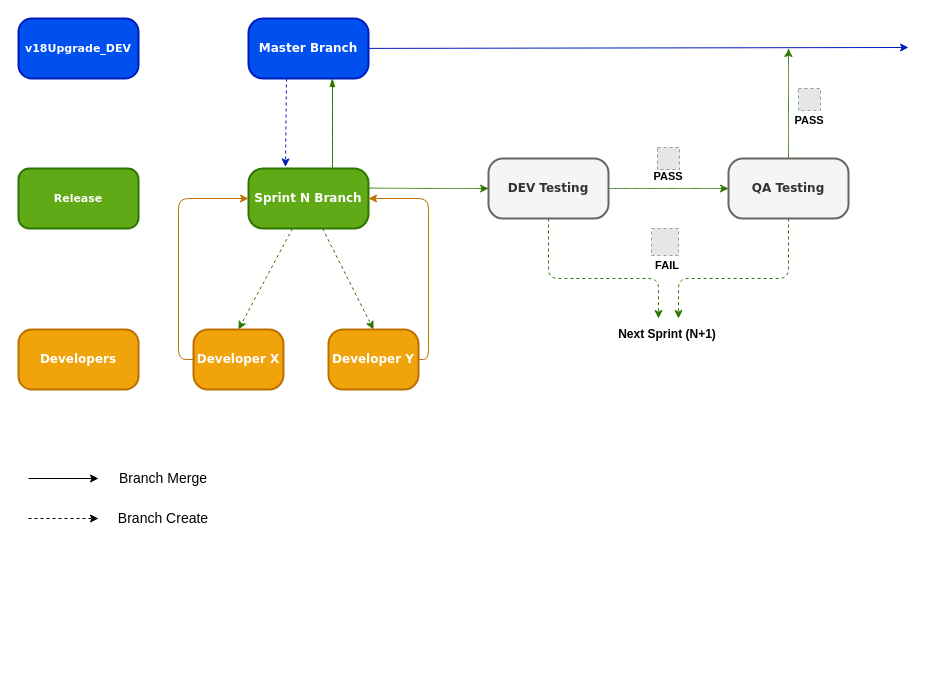
Above: Untitled Diagram.drawio in haroonjoblo/fulljs (draw.io), before the change. Source tidied: cells renumbered, new cells numbered last; positions are measured from the earlier drawing's top-left corner, leaving out a move shared by most shapes. Both pictures are drawn from the tidied source at 100%, with x=0, y=0 at pixel (18, 18). Pictures stored in the file or linked from it are replaced by grey dashed boxes.
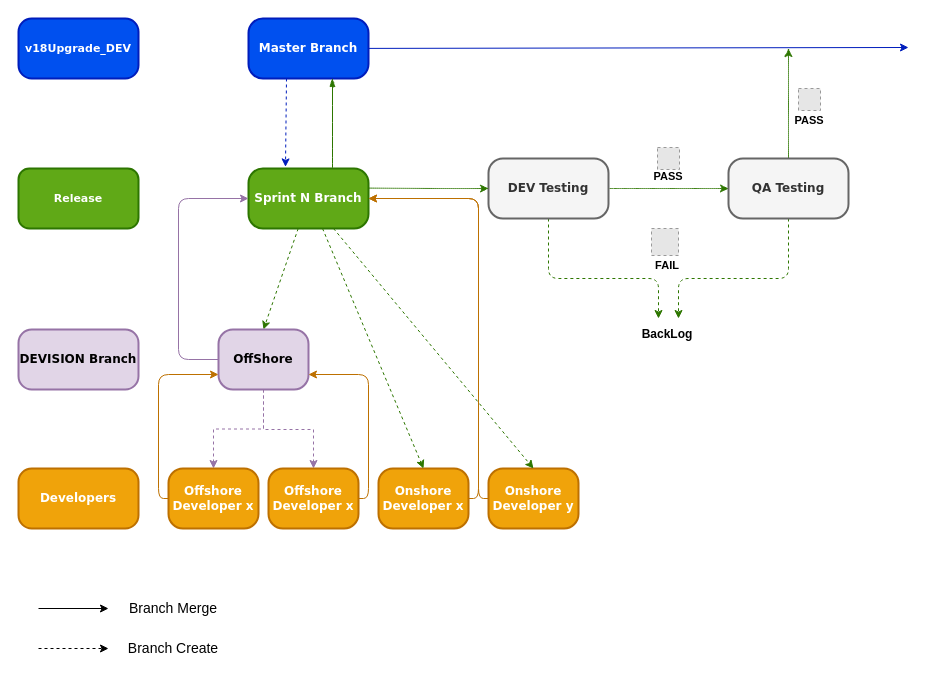
The same page after the edit.

Unchanged cells that the change refers to:
```xml
<mxCell id="5" value="Sprint N Branch" style="rounded=1;whiteSpace=wrap;html=1;arcSize=24;fillColor=#60a917;strokeColor=#2D7600;shadow=0;comic=0;labelBackgroundColor=none;fontFamily=Verdana;fontSize=12;align=center;fontColor=#ffffff;fontStyle=1;strokeWidth=2;" parent="1" vertex="1">
  <mxGeometry x="230" y="150" width="120" height="60" as="geometry" />
</mxCell>
```

Diff of the diagram source:
```diff
@@
+    <mxCell id="34" style="edgeStyle=orthogonalEdgeStyle;rounded=0;jettySize=auto;html=1;dashed=1;fillColor=#e1d5e7;strokeColor=#9673a6;" parent="1" edge="1" source="14" target="40">
+      <mxGeometry relative="1" as="geometry" />
+    </mxCell>
+    <mxCell id="35" style="edgeStyle=orthogonalEdgeStyle;rounded=0;jettySize=auto;html=1;entryX=0.5;entryY=0;entryDx=0;entryDy=0;dashed=1;fillColor=#e1d5e7;strokeColor=#9673a6;" parent="1" edge="1" source="14" target="41">
+      <mxGeometry relative="1" as="geometry">
+        <Array as="points">
+          <mxPoint x="245" y="411" />
+          <mxPoint x="295" y="411" />
+        </Array>
+      </mxGeometry>
+    </mxCell>
-    <mxCell id="14" value="Developer X" style="rounded=1;whiteSpace=wrap;html=1;arcSize=24;fillColor=#f0a30a;strokeColor=#BD7000;shadow=0;comic=0;labelBackgroundColor=none;fontFamily=Verdana;fontSize=12;align=center;fontColor=#ffffff;fontStyle=1;strokeWidth=2;" parent="1" vertex="1">
-      <mxGeometry x="175" y="311" width="90" height="60" as="geometry" />
+    <mxCell id="14" value="OffShore" style="rounded=1;whiteSpace=wrap;html=1;arcSize=24;fillColor=#e1d5e7;strokeColor=#9673a6;shadow=0;comic=0;labelBackgroundColor=none;fontFamily=Verdana;fontSize=12;align=center;fontStyle=1;strokeWidth=2;" parent="1" vertex="1">
+      <mxGeometry x="200" y="311" width="90" height="60" as="geometry" />
     </mxCell>
-    <mxCell id="15" value="Developer Y" style="rounded=1;whiteSpace=wrap;html=1;arcSize=24;fillColor=#f0a30a;strokeColor=#BD7000;shadow=0;comic=0;labelBackgroundColor=none;fontFamily=Verdana;fontSize=12;align=center;fontColor=#ffffff;fontStyle=1;strokeWidth=2;" parent="1" vertex="1">
-      <mxGeometry x="310" y="311" width="90" height="60" as="geometry" />
+    <mxCell id="15" value="Onshore Developer x" style="rounded=1;whiteSpace=wrap;html=1;arcSize=24;fillColor=#f0a30a;strokeColor=#BD7000;shadow=0;comic=0;labelBackgroundColor=none;fontFamily=Verdana;fontSize=12;align=center;fontColor=#ffffff;fontStyle=1;strokeWidth=2;" parent="1" vertex="1">
+      <mxGeometry x="360" y="450" width="90" height="60" as="geometry" />
     </mxCell>
@@
-    <mxCell id="17" style="edgeStyle=elbowEdgeStyle;elbow=horizontal;endArrow=classic;html=1;shadow=0;strokeWidth=1;exitX=0;exitY=0.5;exitDx=0;exitDy=0;fillColor=#f0a30a;strokeColor=#BD7000;" parent="1" edge="1" source="14" target="5">
+    <mxCell id="17" style="edgeStyle=elbowEdgeStyle;elbow=horizontal;endArrow=classic;html=1;shadow=0;strokeWidth=1;exitX=0;exitY=0.5;exitDx=0;exitDy=0;fillColor=#e1d5e7;strokeColor=#9673a6;" parent="1" edge="1" source="14" target="5">
       <mxGeometry relative="1" as="geometry">
         <Array as="points">
           <mxPoint x="160" y="240" />
           <mxPoint x="190" y="190" />
           <mxPoint x="160" y="250" />
           <mxPoint x="170" y="251" />
         </Array>
       </mxGeometry>
     </mxCell>
     <mxCell id="18" style="edgeStyle=elbowEdgeStyle;elbow=horizontal;endArrow=classic;html=1;shadow=0;strokeWidth=1;fillColor=#f0a30a;strokeColor=#BD7000;entryX=1;entryY=0.5;entryDx=0;entryDy=0;" parent="1" edge="1" source="15" target="5">
       <mxGeometry relative="1" as="geometry">
         <Array as="points">
-          <mxPoint x="410" y="240" />
+          <mxPoint x="460" y="190" />
           <mxPoint x="430" y="250" />
           <mxPoint x="420" y="260" />
           <mxPoint x="400" y="251" />
         </Array>
       </mxGeometry>
     </mxCell>
     <mxCell id="19" style="endArrow=classic;html=1;shadow=0;strokeWidth=1;fontSize=14;" parent="1" edge="1">
       <mxGeometry relative="1" as="geometry">
-        <mxPoint x="10" y="460" as="sourcePoint" />
-        <mxPoint x="80" y="460" as="targetPoint" />
+        <mxPoint x="20" y="590" as="sourcePoint" />
+        <mxPoint x="90" y="590" as="targetPoint" />
       </mxGeometry>
     </mxCell>
     <mxCell id="20" style="endArrow=classic;html=1;shadow=0;strokeWidth=1;fontSize=14;dashed=1;" parent="1" edge="1">
       <mxGeometry relative="1" as="geometry">
-        <mxPoint x="10" y="500" as="sourcePoint" />
-        <mxPoint x="80" y="500" as="targetPoint" />
+        <mxPoint x="20" y="630" as="sourcePoint" />
+        <mxPoint x="90" y="630" as="targetPoint" />
       </mxGeometry>
     </mxCell>
     <mxCell id="21" value="Branch Merge" style="text;html=1;strokeColor=none;fillColor=none;align=center;verticalAlign=middle;whiteSpace=wrap;rounded=0;fontSize=14;" parent="1" vertex="1">
-      <mxGeometry x="90" y="450" width="110" height="20" as="geometry" />
+      <mxGeometry x="100" y="580" width="110" height="20" as="geometry" />
     </mxCell>
     <mxCell id="22" value="Branch Create" style="text;html=1;strokeColor=none;fillColor=none;align=center;verticalAlign=middle;whiteSpace=wrap;rounded=0;fontSize=14;" parent="1" vertex="1">
-      <mxGeometry x="90" y="490" width="110" height="20" as="geometry" />
+      <mxGeometry x="100" y="620" width="110" height="20" as="geometry" />
     </mxCell>
@@
-    <mxCell id="25" value="Developers" style="rounded=1;whiteSpace=wrap;html=1;arcSize=22;fillColor=#f0a30a;strokeColor=#BD7000;shadow=0;comic=0;labelBackgroundColor=none;fontFamily=Verdana;fontSize=12;align=center;fontColor=#ffffff;fontStyle=1;strokeWidth=2;" parent="1" vertex="1">
+    <mxCell id="25" value="DEVISION Branch" style="rounded=1;whiteSpace=wrap;html=1;arcSize=22;fillColor=#e1d5e7;strokeColor=#9673a6;shadow=0;comic=0;labelBackgroundColor=none;fontFamily=Verdana;fontSize=12;align=center;fontStyle=1;strokeWidth=2;" parent="1" vertex="1">
       <mxGeometry y="311" width="120" height="60" as="geometry" />
     </mxCell>
@@
-    <mxCell id="33" value="Next Sprint (N+1)" style="text;html=1;strokeColor=none;fillColor=none;align=center;verticalAlign=middle;whiteSpace=wrap;rounded=0;fontSize=12;fontColor=#000000;fontStyle=1;" parent="1" vertex="1">
+    <mxCell id="33" value="BackLog" style="text;html=1;strokeColor=none;fillColor=none;align=center;verticalAlign=middle;whiteSpace=wrap;rounded=0;fontSize=12;fontColor=#000000;fontStyle=1;" parent="1" vertex="1">
       <mxGeometry x="593.5" y="306" width="110" height="20" as="geometry" />
     </mxCell>
+    <mxCell id="36" value="Onshore Developer y" style="rounded=1;whiteSpace=wrap;html=1;arcSize=24;fillColor=#f0a30a;strokeColor=#BD7000;shadow=0;comic=0;labelBackgroundColor=none;fontFamily=Verdana;fontSize=12;align=center;fontColor=#ffffff;fontStyle=1;strokeWidth=2;" parent="1" vertex="1">
+      <mxGeometry x="470" y="450" width="90" height="60" as="geometry" />
+    </mxCell>
+    <mxCell id="37" value="Developers" style="rounded=1;whiteSpace=wrap;html=1;arcSize=22;fillColor=#f0a30a;strokeColor=#BD7000;shadow=0;comic=0;labelBackgroundColor=none;fontFamily=Verdana;fontSize=12;align=center;fontColor=#ffffff;fontStyle=1;strokeWidth=2;" parent="1" vertex="1">
+      <mxGeometry y="450" width="120" height="60" as="geometry" />
+    </mxCell>
+    <mxCell id="38" style="endArrow=classic;html=1;shadow=0;dashed=1;strokeWidth=1;entryX=0.5;entryY=0;entryDx=0;entryDy=0;fillColor=#60a917;strokeColor=#2D7600;" parent="1" edge="1" source="5" target="36">
+      <mxGeometry relative="1" as="geometry" />
+    </mxCell>
+    <mxCell id="39" style="edgeStyle=elbowEdgeStyle;elbow=horizontal;endArrow=classic;html=1;shadow=0;strokeWidth=1;fillColor=#f0a30a;strokeColor=#BD7000;entryX=1;entryY=0.5;entryDx=0;entryDy=0;exitX=0;exitY=0.5;exitDx=0;exitDy=0;" parent="1" edge="1" source="36" target="5">
+      <mxGeometry relative="1" as="geometry">
+        <Array as="points">
+          <mxPoint x="460" y="330" />
+          <mxPoint x="440" y="260" />
+          <mxPoint x="430" y="270" />
+          <mxPoint x="410" y="261" />
+        </Array>
+      </mxGeometry>
+    </mxCell>
+    <mxCell id="40" value="Offshore Developer x" style="rounded=1;whiteSpace=wrap;html=1;arcSize=24;fillColor=#f0a30a;strokeColor=#BD7000;shadow=0;comic=0;labelBackgroundColor=none;fontFamily=Verdana;fontSize=12;align=center;fontColor=#ffffff;fontStyle=1;strokeWidth=2;" parent="1" vertex="1">
+      <mxGeometry x="150" y="450" width="90" height="60" as="geometry" />
+    </mxCell>
+    <mxCell id="41" value="Offshore Developer x" style="rounded=1;whiteSpace=wrap;html=1;arcSize=24;fillColor=#f0a30a;strokeColor=#BD7000;shadow=0;comic=0;labelBackgroundColor=none;fontFamily=Verdana;fontSize=12;align=center;fontColor=#ffffff;fontStyle=1;strokeWidth=2;" parent="1" vertex="1">
+      <mxGeometry x="250" y="450" width="90" height="60" as="geometry" />
+    </mxCell>
+    <mxCell id="42" style="edgeStyle=elbowEdgeStyle;elbow=horizontal;endArrow=classic;html=1;shadow=0;strokeWidth=1;exitX=0;exitY=0.5;exitDx=0;exitDy=0;fillColor=#f0a30a;strokeColor=#BD7000;entryX=0;entryY=0.75;entryDx=0;entryDy=0;" parent="1" edge="1" source="40" target="14">
+      <mxGeometry relative="1" as="geometry">
+        <Array as="points">
+          <mxPoint x="140" y="386" />
+          <mxPoint x="170" y="336" />
+          <mxPoint x="140" y="396" />
+          <mxPoint x="150" y="397" />
+        </Array>
+      </mxGeometry>
+    </mxCell>
+    <mxCell id="43" style="edgeStyle=elbowEdgeStyle;elbow=horizontal;endArrow=classic;html=1;shadow=0;strokeWidth=1;fillColor=#f0a30a;strokeColor=#BD7000;entryX=1;entryY=0.75;entryDx=0;entryDy=0;exitX=1;exitY=0.5;exitDx=0;exitDy=0;" parent="1" edge="1" source="41" target="14">
+      <mxGeometry relative="1" as="geometry">
+        <Array as="points">
+          <mxPoint x="350" y="410" />
+          <mxPoint x="180" y="346" />
+          <mxPoint x="150" y="406" />
+          <mxPoint x="160" y="407" />
+        </Array>
+      </mxGeometry>
+    </mxCell>
```
